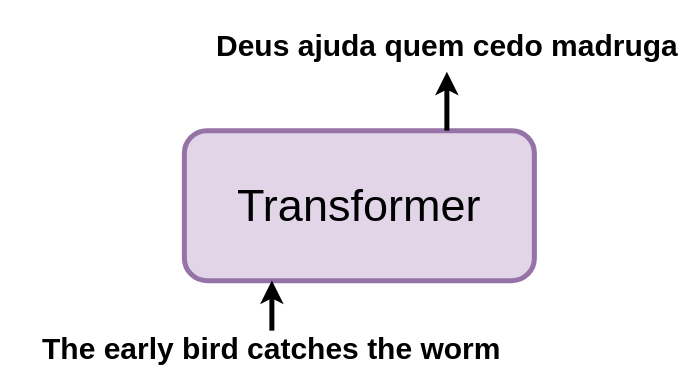
The draw.io diagram transformer.drawio in viniciusrpb/drawio_flowcharts, before the edit. Source tidied: cells renumbered, new cells numbered last; positions are measured from the earlier drawing's top-left corner, leaving out a move shared by most shapes. Both pictures are drawn from the tidied source at 125%, with x=0, y=0 at pixel (21, 21).
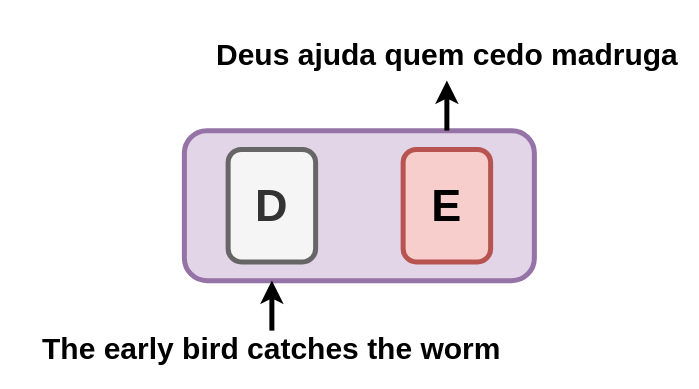
Above is the later version.

Diff of the diagram source:
```diff
@@
 <mxGraphModel>
   <root>
     <mxCell id="0" />
     <mxCell id="1" parent="0" />
-    <mxCell id="2" value="Transformer" style="rounded=1;whiteSpace=wrap;html=1;fontSize=36;glass=0;strokeWidth=4;shadow=0;fillColor=#e1d5e7;strokeColor=#9673a6;" parent="1" vertex="1">
+    <mxCell id="2" style="rounded=1;whiteSpace=wrap;html=1;fontSize=36;glass=0;strokeWidth=4;shadow=0;fillColor=#e1d5e7;strokeColor=#9673a6;" parent="1" vertex="1">
       <mxGeometry x="130" y="87" width="280" height="120" as="geometry" />
     </mxCell>
     <mxCell id="3" style="edgeStyle=orthogonalEdgeStyle;rounded=0;jettySize=auto;html=1;strokeWidth=4;entryX=0.25;entryY=1;entryDx=0;entryDy=0;" parent="1" edge="1" source="4" target="2">
       <mxGeometry relative="1" as="geometry" />
     </mxCell>
     <mxCell id="4" value="The early bird catches the worm" style="text;html=1;align=center;verticalAlign=middle;whiteSpace=wrap;rounded=0;fontStyle=1;fontSize=24;strokeWidth=4;" parent="1" vertex="1">
       <mxGeometry y="247" width="400" height="30" as="geometry" />
     </mxCell>
     <mxCell id="5" style="edgeStyle=orthogonalEdgeStyle;rounded=0;jettySize=auto;html=1;exitX=0.75;exitY=0;exitDx=0;exitDy=0;fontStyle=1;fontSize=13;strokeWidth=4;" parent="1" edge="1" source="2" target="6">
       <mxGeometry relative="1" as="geometry" />
     </mxCell>
     <mxCell id="6" value="Deus ajuda quem cedo madruga" style="text;html=1;align=center;verticalAlign=middle;points=[];strokeColor=none;fillColor=none;fontSize=24;fontStyle=1;" parent="1" vertex="1">
-      <mxGeometry x="155" width="370" height="40" as="geometry" />
+      <mxGeometry x="155" y="7" width="370" height="40" as="geometry" />
     </mxCell>
+    <mxCell id="7" value="D" style="rounded=1;whiteSpace=wrap;html=1;fillColor=#f5f5f5;fontColor=#333333;strokeColor=#666666;strokeWidth=4;fontSize=36;fontStyle=1;" parent="1" vertex="1">
+      <mxGeometry x="165" y="102" width="70" height="90" as="geometry" />
+    </mxCell>
+    <mxCell id="8" value="E" style="rounded=1;whiteSpace=wrap;html=1;fillColor=#f8cecc;strokeColor=#b85450;strokeWidth=4;fontSize=36;fontStyle=1;" parent="1" vertex="1">
+      <mxGeometry x="305" y="102" width="70" height="90" as="geometry" />
+    </mxCell>
   </root>
 </mxGraphModel>
```
